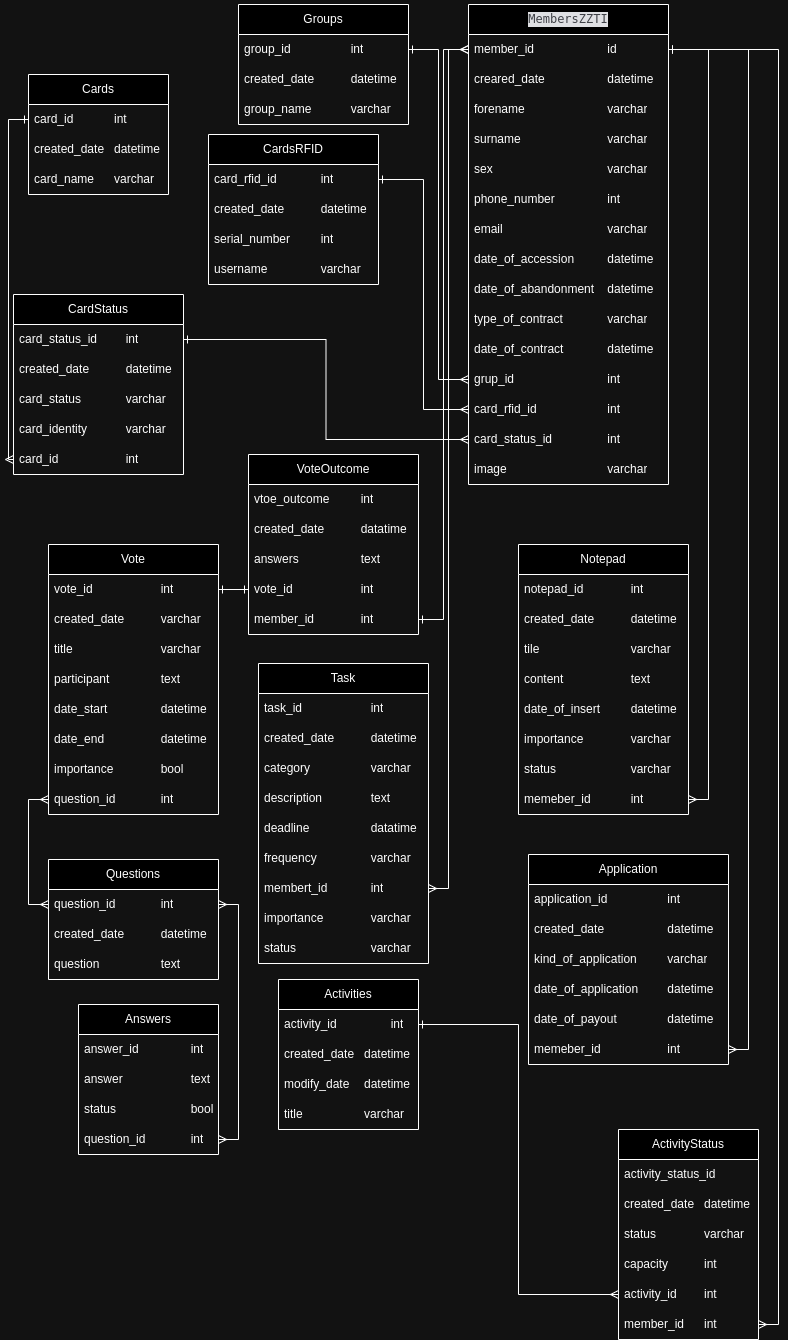
This is spec/TI_Management_Database_Schema.drawio.png from Mat3u52/TI_Management, a draw.io export, as it was before one commit. Source tidied: cells renumbered, new cells last; positions are measured from the earlier drawing's top-left corner, leaving out a move shared by most shapes.
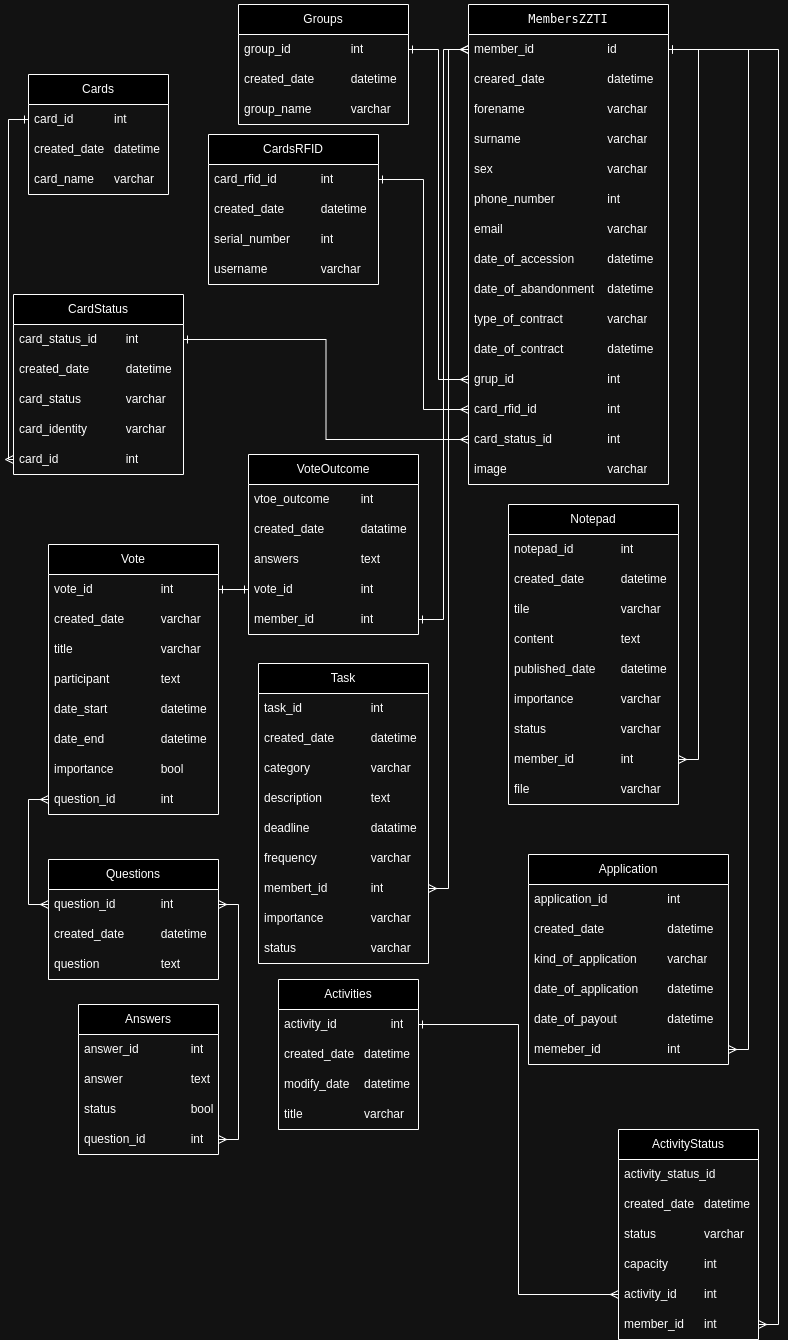
Later version of the same file.

What changed in the source:
```diff
@@ -47,7 +47,7 @@
     <mxCell id="16" style="edgeStyle=orthogonalEdgeStyle;rounded=0;jettySize=auto;html=1;entryX=0;entryY=0.5;entryDx=0;entryDy=0;endArrow=ERmany;endFill=0;startArrow=ERone;startFill=0;" parent="1" edge="1" source="7" target="15">
       <mxGeometry relative="1" as="geometry" />
     </mxCell>
-    <mxCell id="17" value="&lt;div style=&quot;background-color:#1e1f22;color:#bcbec4&quot;&gt;&lt;pre style=&quot;font-family:'DejaVu Sans Mono',monospace;font-size:9.0pt;&quot;&gt;MembersZZTI&lt;/pre&gt;&lt;/div&gt;" style="swimlane;fontStyle=0;horizontal=1;startSize=30;whiteSpace=wrap;html=1;" parent="1" vertex="1">
+    <mxCell id="17" value="&lt;div style=&quot;&quot;&gt;&lt;pre style=&quot;font-family: &amp;quot;DejaVu Sans Mono&amp;quot;, monospace; font-size: 9pt;&quot;&gt;MembersZZTI&lt;/pre&gt;&lt;/div&gt;" style="swimlane;fontStyle=0;horizontal=1;startSize=30;whiteSpace=wrap;html=1;" parent="1" vertex="1">
       <mxGeometry x="455" width="200" height="480" as="geometry" />
     </mxCell>
     <mxCell id="18" value="member_id&lt;span style=&quot;white-space: pre;&quot;&gt;&#9;&lt;span style=&quot;white-space: pre;&quot;&gt;&#9;&lt;/span&gt;&lt;span style=&quot;white-space: pre;&quot;&gt;&#9;&lt;/span&gt;&lt;/span&gt;id" style="text;strokeColor=none;fillColor=none;align=left;verticalAlign=middle;spacingLeft=4;spacingRight=4;overflow=hidden;points=[[0,0.5],[1,0.5]];portConstraint=eastwest;whiteSpace=wrap;html=1;" parent="17" vertex="1">
@@ -120,7 +120,7 @@
       <mxGeometry relative="1" as="geometry" />
     </mxCell>
     <mxCell id="41" value="Notepad" style="swimlane;fontStyle=0;horizontal=1;startSize=30;whiteSpace=wrap;html=1;" parent="1" vertex="1">
-      <mxGeometry x="505" y="540" width="170" height="270" as="geometry" />
+      <mxGeometry x="495" y="500" width="170" height="300" as="geometry" />
     </mxCell>
     <mxCell id="42" value="notepad_id&lt;span style=&quot;white-space: pre;&quot;&gt;&#9;&lt;/span&gt;&lt;span style=&quot;white-space: pre;&quot;&gt;&#9;&lt;/span&gt;int" style="text;strokeColor=none;fillColor=none;align=left;verticalAlign=middle;spacingLeft=4;spacingRight=4;overflow=hidden;whiteSpace=wrap;html=1;" parent="41" vertex="1">
       <mxGeometry y="30" width="170" height="30" as="geometry" />
@@ -134,7 +134,7 @@
     <mxCell id="45" value="content&lt;span style=&quot;white-space: pre;&quot;&gt;&#9;&lt;/span&gt;&lt;span style=&quot;white-space: pre;&quot;&gt;&#9;&lt;/span&gt;&lt;span style=&quot;white-space: pre;&quot;&gt;&#9;&lt;/span&gt;text" style="text;strokeColor=none;fillColor=none;align=left;verticalAlign=middle;spacingLeft=4;spacingRight=4;overflow=hidden;whiteSpace=wrap;html=1;" parent="41" vertex="1">
       <mxGeometry y="120" width="170" height="30" as="geometry" />
     </mxCell>
-    <mxCell id="46" value="date_of_insert&lt;span style=&quot;white-space: pre;&quot;&gt;&#9;&lt;/span&gt;&lt;span style=&quot;white-space: pre;&quot;&gt;&#9;&lt;/span&gt;datetime" style="text;strokeColor=none;fillColor=none;align=left;verticalAlign=middle;spacingLeft=4;spacingRight=4;overflow=hidden;whiteSpace=wrap;html=1;" parent="41" vertex="1">
+    <mxCell id="46" value="published_date&lt;span style=&quot;white-space: pre;&quot;&gt;&#9;&lt;/span&gt;datetime" style="text;strokeColor=none;fillColor=none;align=left;verticalAlign=middle;spacingLeft=4;spacingRight=4;overflow=hidden;whiteSpace=wrap;html=1;" parent="41" vertex="1">
       <mxGeometry y="150" width="170" height="30" as="geometry" />
     </mxCell>
     <mxCell id="47" value="importance&lt;span style=&quot;white-space: pre;&quot;&gt;&#9;&lt;/span&gt;&lt;span style=&quot;white-space: pre;&quot;&gt;&#9;&lt;/span&gt;varchar" style="text;strokeColor=none;fillColor=none;align=left;verticalAlign=middle;spacingLeft=4;spacingRight=4;overflow=hidden;whiteSpace=wrap;html=1;" parent="41" vertex="1">
@@ -143,9 +143,12 @@
     <mxCell id="48" value="status&lt;span style=&quot;white-space: pre;&quot;&gt;&#9;&lt;/span&gt;&lt;span style=&quot;white-space: pre;&quot;&gt;&#9;&lt;span style=&quot;white-space: pre;&quot;&gt;&#9;&lt;/span&gt;&lt;/span&gt;varchar" style="text;strokeColor=none;fillColor=none;align=left;verticalAlign=middle;spacingLeft=4;spacingRight=4;overflow=hidden;whiteSpace=wrap;html=1;" parent="41" vertex="1">
       <mxGeometry y="210" width="170" height="30" as="geometry" />
     </mxCell>
-    <mxCell id="49" value="memeber_id&lt;span style=&quot;white-space: pre;&quot;&gt;&#9;&lt;/span&gt;&lt;span style=&quot;white-space: pre;&quot;&gt;&#9;i&lt;/span&gt;nt" style="text;strokeColor=none;fillColor=none;align=left;verticalAlign=middle;spacingLeft=4;spacingRight=4;overflow=hidden;points=[[0,0.5],[1,0.5]];portConstraint=eastwest;whiteSpace=wrap;html=1;" parent="41" vertex="1">
+    <mxCell id="49" value="member_id&lt;span style=&quot;white-space: pre;&quot;&gt;&#9;&lt;/span&gt;&lt;span style=&quot;white-space: pre;&quot;&gt;&#9;i&lt;/span&gt;nt" style="text;strokeColor=none;fillColor=none;align=left;verticalAlign=middle;spacingLeft=4;spacingRight=4;overflow=hidden;points=[[0,0.5],[1,0.5]];portConstraint=eastwest;whiteSpace=wrap;html=1;" parent="41" vertex="1">
       <mxGeometry y="240" width="170" height="30" as="geometry" />
     </mxCell>
+    <mxCell id="112" value="file&lt;span style=&quot;white-space: pre;&quot;&gt;&#9;&lt;/span&gt;&lt;span style=&quot;white-space: pre;&quot;&gt;&#9;&lt;/span&gt;&lt;span style=&quot;white-space: pre;&quot;&gt;&#9;&lt;/span&gt;&lt;span style=&quot;white-space: pre;&quot;&gt;&#9;&lt;/span&gt;varchar" style="text;strokeColor=none;fillColor=none;align=left;verticalAlign=middle;spacingLeft=4;spacingRight=4;overflow=hidden;whiteSpace=wrap;html=1;" parent="41" vertex="1">
+      <mxGeometry y="270" width="170" height="30" as="geometry" />
+    </mxCell>
     <mxCell id="50" style="edgeStyle=orthogonalEdgeStyle;rounded=0;jettySize=auto;html=1;entryX=1;entryY=0.5;entryDx=0;entryDy=0;endArrow=ERmany;endFill=0;startArrow=ERone;startFill=0;" parent="1" edge="1" source="18" target="49">
       <mxGeometry relative="1" as="geometry" />
     </mxCell>
```
